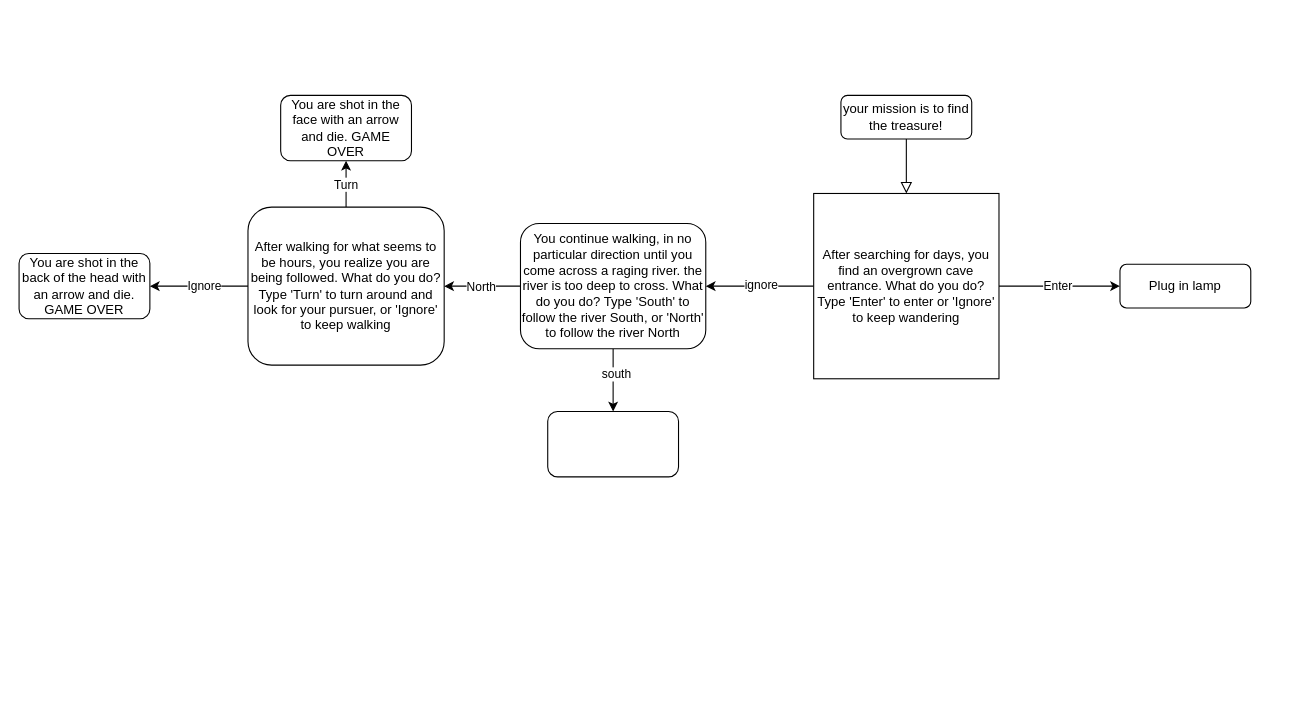
The draw.io diagram Untitled Diagram.drawio in tylersojka/100-Days_of_code, before the edit. Source tidied: cells renumbered, new cells numbered last; positions are measured from the earlier drawing's top-left corner, leaving out a move shared by most shapes. Both pictures are drawn from the tidied source at 109%, with x=0, y=0 at pixel (19, 95).
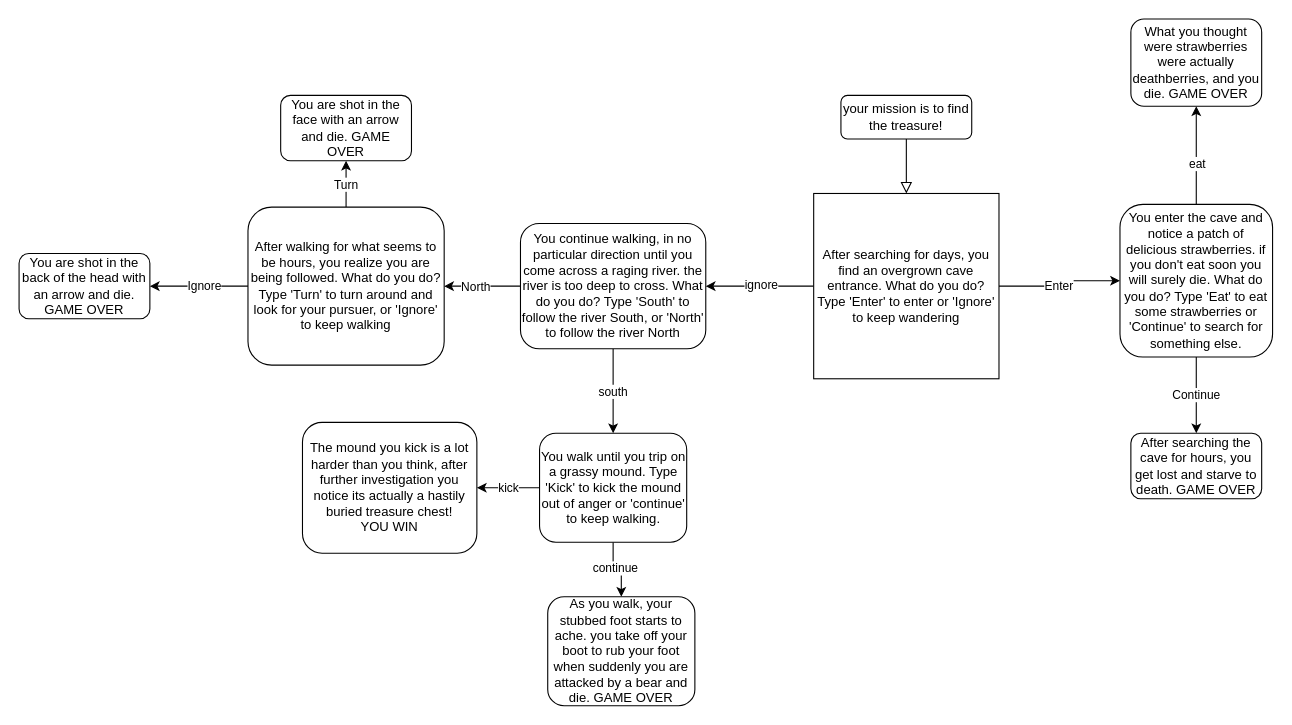
After the change.

The change refers to these unchanged cells:
```xml
<mxCell id="9" value="You continue walking, in no particular direction until you come across a raging river. the river is too deep to cross. What do you do? Type 'South' to follow the river South, or 'North' to follow the river North" style="rounded=1;whiteSpace=wrap;html=1;" parent="1" vertex="1">
  <mxGeometry x="460" y="117.5" width="170" height="115" as="geometry" />
</mxCell>
<mxCell id="18" value="After walking for what seems to be hours, you realize you are being followed. What do you do? Type 'Turn' to turn around and look for your pursuer, or 'Ignore' to keep walking" style="rounded=1;whiteSpace=wrap;html=1;" parent="1" vertex="1">
  <mxGeometry x="210" y="102.5" width="180" height="145" as="geometry" />
</mxCell>
```

The edit, as a diff of the source:
```diff
@@
+    <mxCell id="22" style="edgeStyle=orthogonalEdgeStyle;rounded=0;jettySize=auto;html=1;exitX=0.5;exitY=0;exitDx=0;exitDy=0;" parent="1" edge="1" source="4" target="31">
+      <mxGeometry relative="1" as="geometry" />
+    </mxCell>
+    <mxCell id="23" value="eat" style="edgeLabel;html=1;align=center;verticalAlign=middle;" parent="22" vertex="1">
+      <mxGeometry x="-0.15" relative="1" as="geometry" />
+    </mxCell>
+    <mxCell id="24" value="Continue" style="edgeStyle=orthogonalEdgeStyle;rounded=0;jettySize=auto;html=1;exitX=0.5;exitY=1;exitDx=0;exitDy=0;" parent="1" edge="1" source="4" target="32">
+      <mxGeometry relative="1" as="geometry" />
+    </mxCell>
-    <mxCell id="4" value="Plug in lamp" style="rounded=1;whiteSpace=wrap;html=1;fontSize=12;glass=0;strokeWidth=1;shadow=0;" parent="1" vertex="1">
-      <mxGeometry x="1010" y="155" width="120" height="40" as="geometry" />
+    <mxCell id="4" value="You enter the cave and notice a patch of delicious strawberries. if you don't eat soon you will surely die. What do you do? Type 'Eat' to eat some strawberries or 'Continue' to search for something else." style="rounded=1;whiteSpace=wrap;html=1;fontSize=12;glass=0;strokeWidth=1;shadow=0;" parent="1" vertex="1">
+      <mxGeometry x="1010" y="100" width="140" height="140" as="geometry" />
     </mxCell>
-    <mxCell id="5" style="edgeStyle=orthogonalEdgeStyle;rounded=0;jettySize=auto;html=1;" parent="1" edge="1" source="9">
-      <mxGeometry relative="1" as="geometry">
-        <mxPoint x="390" y="175" as="targetPoint" />
-      </mxGeometry>
-    </mxCell>
+    <mxCell id="25" style="edgeStyle=orthogonalEdgeStyle;rounded=0;jettySize=auto;html=1;exitX=0;exitY=0.5;exitDx=0;exitDy=0;entryX=1;entryY=0.5;entryDx=0;entryDy=0;" parent="1" edge="1" source="9" target="18">
+      <mxGeometry relative="1" as="geometry" />
+    </mxCell>
-    <mxCell id="6" value="North" style="edgeLabel;html=1;align=center;verticalAlign=middle;" parent="5" vertex="1">
-      <mxGeometry x="0.06" relative="1" as="geometry" />
+    <mxCell id="6" value="North" style="edgeLabel;html=1;align=center;verticalAlign=middle;" parent="25" vertex="1">
+      <mxGeometry x="0.23" relative="1" as="geometry">
+        <mxPoint x="1" as="offset" />
+      </mxGeometry>
     </mxCell>
-    <mxCell id="7" style="edgeStyle=orthogonalEdgeStyle;rounded=0;jettySize=auto;html=1;exitX=0.5;exitY=1;exitDx=0;exitDy=0;" parent="1" edge="1" source="9">
-      <mxGeometry relative="1" as="geometry">
-        <mxPoint x="545" y="290" as="targetPoint" />
-      </mxGeometry>
-    </mxCell>
-    <mxCell id="8" value="south" style="edgeLabel;html=1;align=center;verticalAlign=middle;" parent="7" vertex="1">
-      <mxGeometry x="-0.25" y="2" relative="1" as="geometry">
-        <mxPoint y="1" as="offset" />
-      </mxGeometry>
+    <mxCell id="8" value="south" style="edgeStyle=orthogonalEdgeStyle;rounded=0;jettySize=auto;html=1;exitX=0.5;exitY=1;exitDx=0;exitDy=0;entryX=0.5;entryY=0;entryDx=0;entryDy=0;" parent="1" edge="1" source="9" target="21">
+      <mxGeometry relative="1" as="geometry" />
     </mxCell>
@@
+    <mxCell id="26" value="kick" style="edgeStyle=orthogonalEdgeStyle;rounded=0;jettySize=auto;html=1;exitX=0;exitY=0.5;exitDx=0;exitDy=0;entryX=1;entryY=0.5;entryDx=0;entryDy=0;" parent="1" edge="1" source="21" target="29">
+      <mxGeometry relative="1" as="geometry" />
+    </mxCell>
+    <mxCell id="27" style="edgeStyle=orthogonalEdgeStyle;rounded=0;jettySize=auto;html=1;exitX=0.5;exitY=1;exitDx=0;exitDy=0;" parent="1" edge="1" source="21" target="30">
+      <mxGeometry relative="1" as="geometry" />
+    </mxCell>
+    <mxCell id="28" value="continue" style="edgeLabel;html=1;align=center;verticalAlign=middle;" parent="27" vertex="1">
+      <mxGeometry x="-0.2" y="1" relative="1" as="geometry" />
+    </mxCell>
-    <mxCell id="21" style="rounded=1;whiteSpace=wrap;html=1;" parent="1" vertex="1">
-      <mxGeometry x="485" y="290" width="120" height="60" as="geometry" />
+    <mxCell id="21" value="You walk until you trip on a grassy mound. Type 'Kick' to kick the mound out of anger or 'continue' to keep walking." style="rounded=1;whiteSpace=wrap;html=1;" parent="1" vertex="1">
+      <mxGeometry x="477.5" y="310" width="135" height="100" as="geometry" />
     </mxCell>
+    <mxCell id="29" value="The mound you kick is a lot harder than you think, after further investigation you notice its actually a hastily buried treasure chest!&lt;br&gt;YOU WIN" style="rounded=1;whiteSpace=wrap;html=1;" parent="1" vertex="1">
+      <mxGeometry x="260" y="300" width="160" height="120" as="geometry" />
+    </mxCell>
+    <mxCell id="30" value="As you walk, your stubbed foot starts to ache. you take off your boot to rub your foot when suddenly you are attacked by a bear and die. GAME OVER" style="rounded=1;whiteSpace=wrap;html=1;" parent="1" vertex="1">
+      <mxGeometry x="485" y="460" width="135" height="100" as="geometry" />
+    </mxCell>
+    <mxCell id="31" value="What you thought were strawberries were actually deathberries, and you die. GAME OVER" style="rounded=1;whiteSpace=wrap;html=1;" parent="1" vertex="1">
+      <mxGeometry x="1020" y="-70" width="120" height="80" as="geometry" />
+    </mxCell>
+    <mxCell id="32" value="After searching the cave for hours, you get lost and starve to death. GAME OVER" style="rounded=1;whiteSpace=wrap;html=1;" parent="1" vertex="1">
+      <mxGeometry x="1020" y="310" width="120" height="60" as="geometry" />
+    </mxCell>
```
